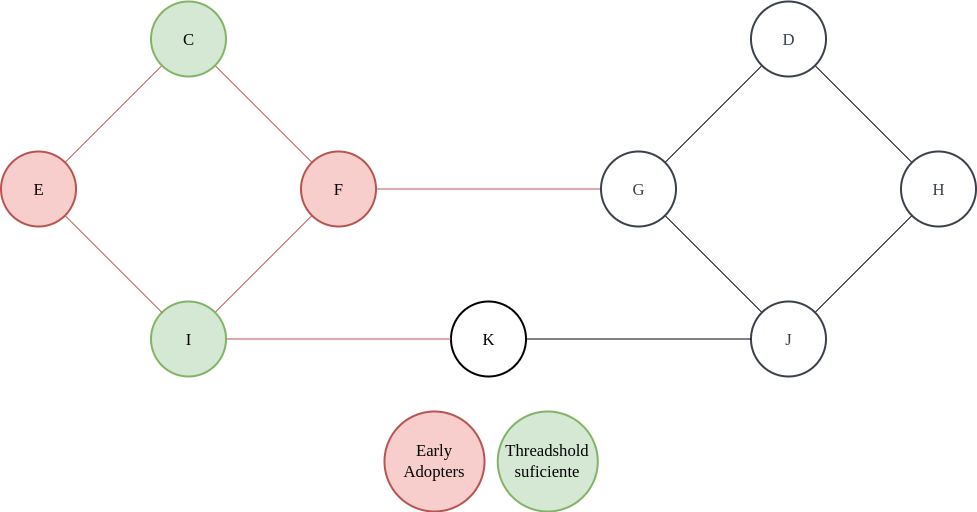
Above: parcialito_3/media/3-a1.png in amveiga/75.30-teoria_de_algoritmos_ii (draw.io), before the change. Source tidied: cells renumbered, new cells last; positions are measured from the earlier drawing's top-left corner, leaving out a move shared by most shapes.
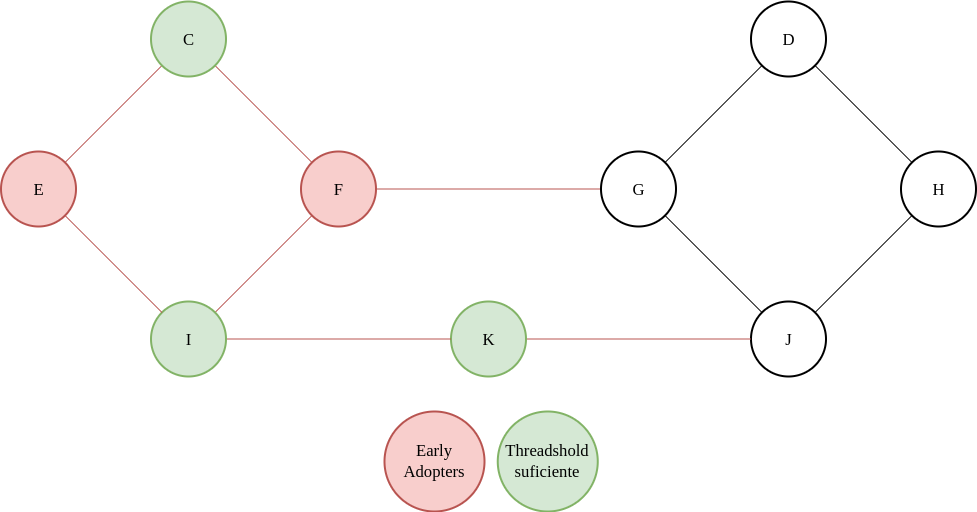
The same diagram one commit later.

Diff of the diagram source:
```diff
@@ -14,31 +14,31 @@
     <mxCell id="5" style="edgeStyle=none;rounded=0;jettySize=auto;html=1;exitX=1;exitY=1;exitDx=0;exitDy=0;startArrow=none;startFill=0;endArrow=none;endFill=0;" parent="1" edge="1" source="7" target="12">
       <mxGeometry relative="1" as="geometry" />
     </mxCell>
-    <mxCell id="6" style="edgeStyle=orthogonalEdgeStyle;rounded=0;jettySize=auto;html=1;exitX=0;exitY=0.5;exitDx=0;exitDy=0;entryX=1;entryY=0.5;entryDx=0;entryDy=0;strokeColor=#b85450;endArrow=none;endFill=0;fillColor=#f8cecc;" parent="1" edge="1" source="7" target="3">
+    <mxCell id="6" style="edgeStyle=orthogonalEdgeStyle;rounded=0;jettySize=auto;html=1;exitX=0;exitY=0.5;exitDx=0;exitDy=0;entryX=1;entryY=0.5;entryDx=0;entryDy=0;endArrow=none;endFill=0;fillColor=#f8cecc;strokeColor=#b85450;" parent="1" edge="1" source="7" target="3">
       <mxGeometry relative="1" as="geometry" />
     </mxCell>
-    <mxCell id="7" value="G" style="html=1;overflow=block;blockSpacing=1;whiteSpace=wrap;ellipse;fontSize=16.7;fontFamily=Droid Serif;fontColor=#3a414a;spacing=3.8;strokeColor=#3a414a;strokeOpacity=100;rounded=1;absoluteArcSize=1;arcSize=9;strokeWidth=2;" parent="1" vertex="1">
+    <mxCell id="7" value="G" style="html=1;overflow=block;blockSpacing=1;whiteSpace=wrap;ellipse;fontSize=16.7;fontFamily=Droid Serif;spacing=3.8;strokeOpacity=100;rounded=1;absoluteArcSize=1;arcSize=9;strokeWidth=2;" parent="1" vertex="1">
       <mxGeometry x="600.5" y="150" width="75" height="75" as="geometry" />
     </mxCell>
     <mxCell id="8" style="edgeStyle=none;rounded=0;jettySize=auto;html=1;exitX=1;exitY=1;exitDx=0;exitDy=0;entryX=0;entryY=0;entryDx=0;entryDy=0;endArrow=none;endFill=0;" parent="1" edge="1" source="9" target="11">
       <mxGeometry relative="1" as="geometry" />
     </mxCell>
-    <mxCell id="9" value="D" style="html=1;overflow=block;blockSpacing=1;whiteSpace=wrap;ellipse;fontSize=16.7;fontFamily=Droid Serif;fontColor=#3a414a;spacing=3.8;strokeColor=#3a414a;strokeOpacity=100;rounded=1;absoluteArcSize=1;arcSize=9;strokeWidth=2;" parent="1" vertex="1">
+    <mxCell id="9" value="D" style="html=1;overflow=block;blockSpacing=1;whiteSpace=wrap;ellipse;fontSize=16.7;fontFamily=Droid Serif;spacing=3.8;strokeOpacity=100;rounded=1;absoluteArcSize=1;arcSize=9;strokeWidth=2;" parent="1" vertex="1">
       <mxGeometry x="750.5" width="75" height="75" as="geometry" />
     </mxCell>
     <mxCell id="10" style="edgeStyle=none;rounded=0;jettySize=auto;html=1;exitX=0;exitY=1;exitDx=0;exitDy=0;entryX=1;entryY=0;entryDx=0;entryDy=0;startArrow=none;startFill=0;endArrow=none;endFill=0;" parent="1" edge="1" source="11" target="12">
       <mxGeometry relative="1" as="geometry" />
     </mxCell>
-    <mxCell id="11" value="H" style="html=1;overflow=block;blockSpacing=1;whiteSpace=wrap;ellipse;fontSize=16.7;fontFamily=Droid Serif;fontColor=#3a414a;spacing=3.8;strokeColor=#3a414a;strokeOpacity=100;rounded=1;absoluteArcSize=1;arcSize=9;strokeWidth=2;" parent="1" vertex="1">
+    <mxCell id="11" value="H" style="html=1;overflow=block;blockSpacing=1;whiteSpace=wrap;ellipse;fontSize=16.7;fontFamily=Droid Serif;spacing=3.8;strokeOpacity=100;rounded=1;absoluteArcSize=1;arcSize=9;strokeWidth=2;" parent="1" vertex="1">
       <mxGeometry x="900.5" y="150" width="75" height="75" as="geometry" />
     </mxCell>
-    <mxCell id="12" value="J" style="html=1;overflow=block;blockSpacing=1;whiteSpace=wrap;ellipse;fontSize=16.7;fontFamily=Droid Serif;fontColor=#3a414a;spacing=3.8;strokeColor=#3a414a;strokeOpacity=100;rounded=1;absoluteArcSize=1;arcSize=9;strokeWidth=2;" parent="1" vertex="1">
+    <mxCell id="12" value="J" style="html=1;overflow=block;blockSpacing=1;whiteSpace=wrap;ellipse;fontSize=16.7;fontFamily=Droid Serif;spacing=3.8;strokeOpacity=100;rounded=1;absoluteArcSize=1;arcSize=9;strokeWidth=2;" parent="1" vertex="1">
       <mxGeometry x="750.5" y="300" width="75" height="75" as="geometry" />
     </mxCell>
-    <mxCell id="13" style="edgeStyle=none;rounded=0;jettySize=auto;html=1;exitX=1;exitY=0.5;exitDx=0;exitDy=0;entryX=0;entryY=0.5;entryDx=0;entryDy=0;startArrow=none;startFill=0;endArrow=none;endFill=0;" parent="1" edge="1" source="14" target="12">
+    <mxCell id="13" style="edgeStyle=none;rounded=0;jettySize=auto;html=1;exitX=1;exitY=0.5;exitDx=0;exitDy=0;entryX=0;entryY=0.5;entryDx=0;entryDy=0;startArrow=none;startFill=0;endArrow=none;endFill=0;fillColor=#f8cecc;strokeColor=#b85450;" parent="1" edge="1" source="14" target="12">
       <mxGeometry relative="1" as="geometry" />
     </mxCell>
-    <mxCell id="14" value="K" style="html=1;overflow=block;blockSpacing=1;whiteSpace=wrap;ellipse;fontSize=16.7;fontFamily=Droid Serif;spacing=3.8;strokeOpacity=100;rounded=1;absoluteArcSize=1;arcSize=9;strokeWidth=2;" parent="1" vertex="1">
+    <mxCell id="14" value="K" style="html=1;overflow=block;blockSpacing=1;whiteSpace=wrap;ellipse;fontSize=16.7;fontFamily=Droid Serif;spacing=3.8;strokeOpacity=100;rounded=1;absoluteArcSize=1;arcSize=9;strokeWidth=2;fillColor=#d5e8d4;strokeColor=#82b366;" parent="1" vertex="1">
       <mxGeometry x="450.5" y="300" width="75" height="75" as="geometry" />
     </mxCell>
     <mxCell id="15" style="edgeStyle=none;rounded=0;jettySize=auto;html=1;exitX=1;exitY=0;exitDx=0;exitDy=0;startArrow=none;startFill=0;endArrow=none;endFill=0;fillColor=#f8cecc;strokeColor=#b85450;" parent="1" edge="1" source="17" target="3">
```
